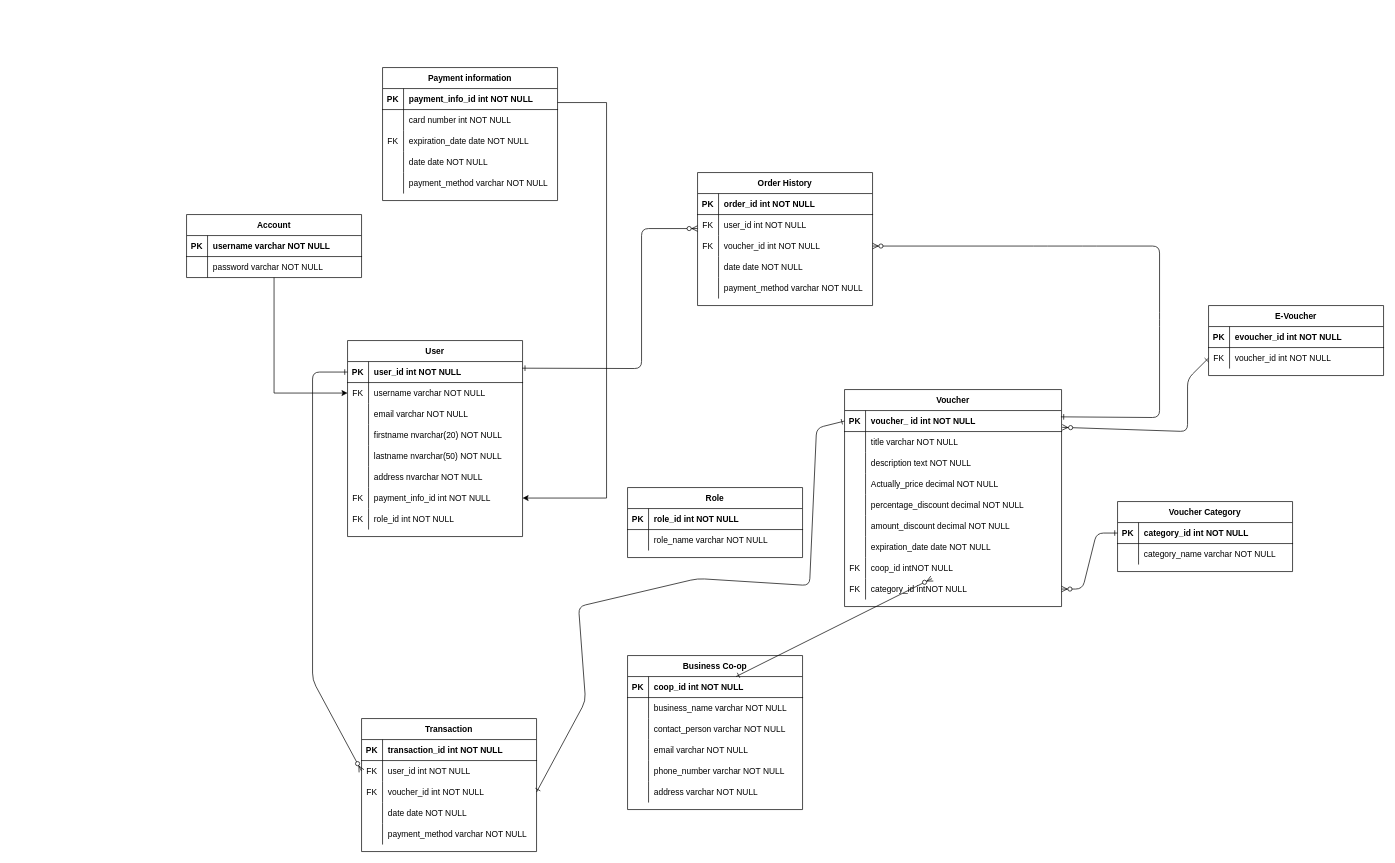
This is Biểu đồ không có tiêu đề.drawio from dredat999/SWP391_SP24_B3W_Hotdeals, a draw.io file, before an edit. Source tidied: cells renumbered, new cells numbered last; positions are measured from the earlier drawing's top-left corner, leaving out a move shared by most shapes. Both pictures are drawn from the tidied source at 70%, with x=0, y=0 at pixel (186, 67).
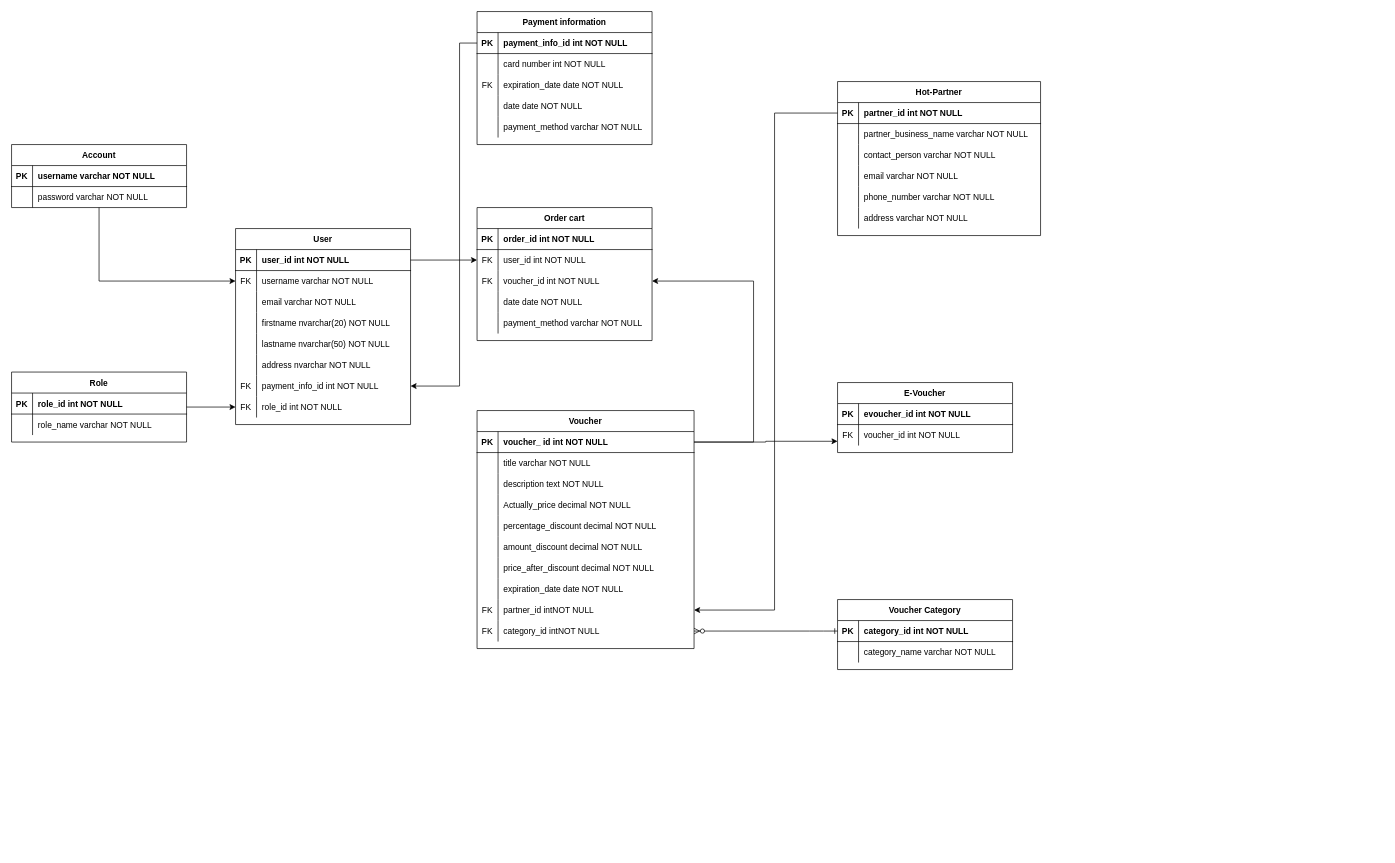
After the change.

The change refers to these unchanged cells:
```xml
<mxCell id="22" style="shape=partialRectangle;fillColor=none;points=[[0,0.5],[1,0.5]];portConstraint=eastwest;top=0;left=0;right=0;bottom=1;" parent="21" vertex="1">
  <mxGeometry y="30" width="310" height="30" as="geometry" />
</mxCell>
<mxCell id="83" style="shape=partialRectangle;fillColor=none;points=[[0,0.5],[1,0.5]];portConstraint=eastwest;top=0;left=0;right=0;bottom=0;" parent="79" vertex="1">
  <mxGeometry y="60" width="250" height="30" as="geometry" />
</mxCell>
<mxCell id="86" style="shape=partialRectangle;fillColor=none;points=[[0,0.5],[1,0.5]];portConstraint=eastwest;top=0;left=0;right=0;bottom=0;" parent="79" vertex="1">
  <mxGeometry y="90" width="250" height="30" as="geometry" />
</mxCell>
<mxCell id="99" style="shape=partialRectangle;fillColor=none;points=[[0,0.5],[1,0.5]];portConstraint=eastwest;top=0;left=0;right=0;bottom=0;" parent="95" vertex="1">
  <mxGeometry y="60" width="250" height="30" as="geometry" />
</mxCell>
<mxCell id="118" style="shape=partialRectangle;fillColor=none;points=[[0,0.5],[1,0.5]];portConstraint=eastwest;top=0;left=0;right=0;bottom=1;" parent="117" vertex="1">
  <mxGeometry y="30" width="250" height="30" as="geometry" />
</mxCell>
<mxCell id="136" style="shape=partialRectangle;fillColor=none;points=[[0,0.5],[1,0.5]];portConstraint=eastwest;top=0;left=0;right=0;bottom=0;" parent="117" vertex="1">
  <mxGeometry y="210" width="250" height="30" as="geometry" />
</mxCell>
<mxCell id="139" style="shape=partialRectangle;fillColor=none;points=[[0,0.5],[1,0.5]];portConstraint=eastwest;top=0;left=0;right=0;bottom=0;" parent="117" vertex="1">
  <mxGeometry y="240" width="250" height="30" as="geometry" />
</mxCell>
<mxCell id="144" style="shape=partialRectangle;fillColor=none;points=[[0,0.5],[1,0.5]];portConstraint=eastwest;top=0;left=0;right=0;bottom=1;" parent="143" vertex="1">
  <mxGeometry y="30" width="250" height="30" as="geometry" />
</mxCell>
```

Diff of the diagram source:
```diff
@@
-    <mxCell id="2" value="Business Co-op" style="shape=table;startSize=30;childLayout=tableLayout;rowLines=0;fontStyle=1;align=center;" parent="1" vertex="1">
-      <mxGeometry x="630" y="840" width="250" height="220" as="geometry" />
+    <mxCell id="2" value="Hot-Partner" style="shape=table;startSize=30;childLayout=tableLayout;rowLines=0;fontStyle=1;align=center;" parent="1" vertex="1">
+      <mxGeometry x="930" y="20" width="290" height="220" as="geometry" />
     </mxCell>
     <mxCell id="3" style="shape=partialRectangle;fillColor=none;points=[[0,0.5],[1,0.5]];portConstraint=eastwest;top=0;left=0;right=0;bottom=1;" parent="2" vertex="1">
-      <mxGeometry y="30" width="250" height="30" as="geometry" />
+      <mxGeometry y="30" width="290" height="30" as="geometry" />
     </mxCell>
@@
-    <mxCell id="5" value="coop_id int NOT NULL " style="shape=partialRectangle;overflow=hidden;fillColor=none;top=0;left=0;bottom=0;right=0;align=left;spacingLeft=6;fontStyle=1;" parent="3" vertex="1">
-      <mxGeometry x="30" width="220" height="30" as="geometry" />
+    <mxCell id="5" value="partner_id int NOT NULL " style="shape=partialRectangle;overflow=hidden;fillColor=none;top=0;left=0;bottom=0;right=0;align=left;spacingLeft=6;fontStyle=1;" parent="3" vertex="1">
+      <mxGeometry x="30" width="260" height="30" as="geometry" />
     </mxCell>
     <mxCell id="6" style="shape=partialRectangle;fillColor=none;top=0;left=0;right=0;bottom=0;" parent="2" vertex="1">
-      <mxGeometry y="60" width="250" height="30" as="geometry" />
+      <mxGeometry y="60" width="290" height="30" as="geometry" />
     </mxCell>
@@
-    <mxCell id="8" value="business_name varchar NOT NULL" style="shape=partialRectangle;overflow=hidden;fillColor=none;top=0;left=0;bottom=0;right=0;align=left;spacingLeft=6;" parent="6" vertex="1">
-      <mxGeometry x="30" width="220" height="30" as="geometry" />
+    <mxCell id="8" value="partner_business_name varchar NOT NULL" style="shape=partialRectangle;overflow=hidden;fillColor=none;top=0;left=0;bottom=0;right=0;align=left;spacingLeft=6;" parent="6" vertex="1">
+      <mxGeometry x="30" width="260" height="30" as="geometry" />
     </mxCell>
     <mxCell id="9" style="shape=partialRectangle;fillColor=none;top=0;left=0;right=0;bottom=0;" parent="2" vertex="1">
-      <mxGeometry y="90" width="250" height="30" as="geometry" />
+      <mxGeometry y="90" width="290" height="30" as="geometry" />
     </mxCell>
@@
     <mxCell id="11" value="contact_person varchar NOT NULL" style="shape=partialRectangle;overflow=hidden;fillColor=none;top=0;left=0;bottom=0;right=0;align=left;spacingLeft=6;" parent="9" vertex="1">
-      <mxGeometry x="30" width="220" height="30" as="geometry" />
+      <mxGeometry x="30" width="260" height="30" as="geometry" />
     </mxCell>
     <mxCell id="12" style="shape=partialRectangle;fillColor=none;top=0;left=0;right=0;bottom=0;" parent="2" vertex="1">
-      <mxGeometry y="120" width="250" height="30" as="geometry" />
+      <mxGeometry y="120" width="290" height="30" as="geometry" />
     </mxCell>
@@
     <mxCell id="14" value="email varchar NOT NULL" style="shape=partialRectangle;overflow=hidden;fillColor=none;top=0;left=0;bottom=0;right=0;align=left;spacingLeft=6;" parent="12" vertex="1">
-      <mxGeometry x="30" width="220" height="30" as="geometry" />
+      <mxGeometry x="30" width="260" height="30" as="geometry" />
     </mxCell>
     <mxCell id="15" style="shape=partialRectangle;fillColor=none;top=0;left=0;right=0;bottom=0;" parent="2" vertex="1">
-      <mxGeometry y="150" width="250" height="30" as="geometry" />
+      <mxGeometry y="150" width="290" height="30" as="geometry" />
     </mxCell>
@@
     <mxCell id="17" value="phone_number varchar NOT NULL" style="shape=partialRectangle;overflow=hidden;fillColor=none;top=0;left=0;bottom=0;right=0;align=left;spacingLeft=6;" parent="15" vertex="1">
-      <mxGeometry x="30" width="220" height="30" as="geometry" />
+      <mxGeometry x="30" width="260" height="30" as="geometry" />
     </mxCell>
     <mxCell id="18" style="shape=partialRectangle;fillColor=none;top=0;left=0;right=0;bottom=0;" parent="2" vertex="1">
-      <mxGeometry y="180" width="250" height="30" as="geometry" />
+      <mxGeometry y="180" width="290" height="30" as="geometry" />
     </mxCell>
@@
     <mxCell id="20" value="address varchar NOT NULL" style="shape=partialRectangle;overflow=hidden;fillColor=none;top=0;left=0;bottom=0;right=0;align=left;spacingLeft=6;" parent="18" vertex="1">
-      <mxGeometry x="30" width="220" height="30" as="geometry" />
+      <mxGeometry x="30" width="260" height="30" as="geometry" />
     </mxCell>
     <mxCell id="21" value="Voucher" style="shape=table;startSize=30;childLayout=tableLayout;rowLines=0;fontStyle=1;align=center;" parent="1" vertex="1">
-      <mxGeometry x="940" y="460" width="310" height="310" as="geometry" />
+      <mxGeometry x="415" y="490" width="310" height="340" as="geometry" />
     </mxCell>
@@
+    <mxCell id="159" style="shape=partialRectangle;fillColor=none;top=0;left=0;right=0;bottom=0;" parent="21" vertex="1">
+      <mxGeometry y="210" width="310" height="30" as="geometry" />
+    </mxCell>
+    <mxCell id="160" style="shape=partialRectangle;overflow=hidden;fillColor=none;top=0;left=0;bottom=0;right=0;" parent="159" vertex="1">
+      <mxGeometry width="30" height="30" as="geometry" />
+    </mxCell>
+    <mxCell id="161" value="price_after_discount decimal NOT NULL" style="shape=partialRectangle;overflow=hidden;fillColor=none;top=0;left=0;bottom=0;right=0;align=left;spacingLeft=6;" parent="159" vertex="1">
+      <mxGeometry x="30" width="280" height="30" as="geometry" />
+    </mxCell>
     <mxCell id="40" style="shape=partialRectangle;fillColor=none;top=0;left=0;right=0;bottom=0;" parent="21" vertex="1">
-      <mxGeometry y="210" width="310" height="30" as="geometry" />
+      <mxGeometry y="240" width="310" height="30" as="geometry" />
     </mxCell>
@@
     <mxCell id="43" style="shape=partialRectangle;fillColor=none;points=[[0,0.5],[1,0.5]];portConstraint=eastwest;top=0;left=0;right=0;bottom=0;" parent="21" vertex="1">
-      <mxGeometry y="240" width="310" height="30" as="geometry" />
+      <mxGeometry y="270" width="310" height="30" as="geometry" />
     </mxCell>
@@
-    <mxCell id="45" value="coop_id intNOT NULL" style="shape=partialRectangle;overflow=hidden;fillColor=none;top=0;left=0;bottom=0;right=0;align=left;spacingLeft=6;" parent="43" vertex="1">
+    <mxCell id="45" value="partner_id intNOT NULL" style="shape=partialRectangle;overflow=hidden;fillColor=none;top=0;left=0;bottom=0;right=0;align=left;spacingLeft=6;" parent="43" vertex="1">
       <mxGeometry x="30" width="280" height="30" as="geometry" />
     </mxCell>
     <mxCell id="46" style="shape=partialRectangle;fillColor=none;points=[[0,0.5],[1,0.5]];portConstraint=eastwest;top=0;left=0;right=0;bottom=0;" parent="21" vertex="1">
-      <mxGeometry y="270" width="310" height="30" as="geometry" />
+      <mxGeometry y="300" width="310" height="30" as="geometry" />
     </mxCell>
@@
+    <mxCell id="162" style="edgeStyle=orthogonalEdgeStyle;rounded=0;jettySize=auto;html=1;entryX=0;entryY=0.5;entryDx=0;entryDy=0;" parent="1" edge="1" source="49" target="139">
+      <mxGeometry relative="1" as="geometry" />
+    </mxCell>
     <mxCell id="49" value="Role" style="shape=table;startSize=30;childLayout=tableLayout;rowLines=0;fontStyle=1;align=center;" parent="1" vertex="1">
-      <mxGeometry x="630" y="600" width="250" height="100" as="geometry" />
+      <mxGeometry x="-250" y="435" width="250" height="100" as="geometry" />
     </mxCell>
@@
     <mxCell id="56" value="Voucher Category" style="shape=table;startSize=30;childLayout=tableLayout;rowLines=0;fontStyle=1;align=center;" parent="1" vertex="1">
-      <mxGeometry x="1330" y="620" width="250" height="100" as="geometry" />
+      <mxGeometry x="930" y="760" width="250" height="100" as="geometry" />
     </mxCell>
@@
-    <mxCell id="63" value="Transaction" style="shape=table;startSize=30;childLayout=tableLayout;rowLines=0;fontStyle=1;align=center;" parent="1" vertex="1">
-      <mxGeometry x="250" y="930" width="250" height="190" as="geometry" />
-    </mxCell>
-    <mxCell id="64" style="shape=partialRectangle;fillColor=none;top=0;left=0;right=0;bottom=1;" parent="63" vertex="1">
-      <mxGeometry y="30" width="250" height="30" as="geometry" />
-    </mxCell>
-    <mxCell id="65" value="PK" style="shape=partialRectangle;overflow=hidden;fillColor=none;top=0;left=0;bottom=0;right=0;fontStyle=1;" parent="64" vertex="1">
-      <mxGeometry width="30" height="30" as="geometry" />
-    </mxCell>
-    <mxCell id="66" value="transaction_id int NOT NULL " style="shape=partialRectangle;overflow=hidden;fillColor=none;top=0;left=0;bottom=0;right=0;align=left;spacingLeft=6;fontStyle=1;" parent="64" vertex="1">
-      <mxGeometry x="30" width="220" height="30" as="geometry" />
-    </mxCell>
-    <mxCell id="67" style="shape=partialRectangle;fillColor=none;points=[[0,0.5],[1,0.5]];portConstraint=eastwest;top=0;left=0;right=0;bottom=0;" parent="63" vertex="1">
-      <mxGeometry y="60" width="250" height="30" as="geometry" />
-    </mxCell>
-    <mxCell id="68" value="FK" style="shape=partialRectangle;overflow=hidden;fillColor=none;top=0;left=0;bottom=0;right=0;" parent="67" vertex="1">
-      <mxGeometry width="30" height="30" as="geometry" />
-    </mxCell>
-    <mxCell id="69" value="user_id int NOT NULL" style="shape=partialRectangle;overflow=hidden;fillColor=none;top=0;left=0;bottom=0;right=0;align=left;spacingLeft=6;" parent="67" vertex="1">
-      <mxGeometry x="30" width="220" height="30" as="geometry" />
-    </mxCell>
-    <mxCell id="70" style="shape=partialRectangle;fillColor=none;points=[[0,0.5],[1,0.5]];portConstraint=eastwest;top=0;left=0;right=0;bottom=0;" parent="63" vertex="1">
-      <mxGeometry y="90" width="250" height="30" as="geometry" />
-    </mxCell>
-    <mxCell id="71" value="FK" style="shape=partialRectangle;overflow=hidden;fillColor=none;top=0;left=0;bottom=0;right=0;" parent="70" vertex="1">
-      <mxGeometry width="30" height="30" as="geometry" />
-    </mxCell>
-    <mxCell id="72" value="voucher_id int NOT NULL" style="shape=partialRectangle;overflow=hidden;fillColor=none;top=0;left=0;bottom=0;right=0;align=left;spacingLeft=6;" parent="70" vertex="1">
-      <mxGeometry x="30" width="220" height="30" as="geometry" />
-    </mxCell>
-    <mxCell id="73" style="shape=partialRectangle;fillColor=none;top=0;left=0;right=0;bottom=0;" parent="63" vertex="1">
-      <mxGeometry y="120" width="250" height="30" as="geometry" />
-    </mxCell>
-    <mxCell id="74" style="shape=partialRectangle;overflow=hidden;fillColor=none;top=0;left=0;bottom=0;right=0;" parent="73" vertex="1">
-      <mxGeometry width="30" height="30" as="geometry" />
-    </mxCell>
-    <mxCell id="75" value="date date NOT NULL" style="shape=partialRectangle;overflow=hidden;fillColor=none;top=0;left=0;bottom=0;right=0;align=left;spacingLeft=6;" parent="73" vertex="1">
-      <mxGeometry x="30" width="220" height="30" as="geometry" />
-    </mxCell>
-    <mxCell id="76" style="shape=partialRectangle;fillColor=none;top=0;left=0;right=0;bottom=0;" parent="63" vertex="1">
-      <mxGeometry y="150" width="250" height="30" as="geometry" />
-    </mxCell>
-    <mxCell id="77" style="shape=partialRectangle;overflow=hidden;fillColor=none;top=0;left=0;bottom=0;right=0;" parent="76" vertex="1">
-      <mxGeometry width="30" height="30" as="geometry" />
-    </mxCell>
-    <mxCell id="78" value="payment_method varchar NOT NULL" style="shape=partialRectangle;overflow=hidden;fillColor=none;top=0;left=0;bottom=0;right=0;align=left;spacingLeft=6;" parent="76" vertex="1">
-      <mxGeometry x="30" width="220" height="30" as="geometry" />
-    </mxCell>
-    <mxCell id="79" value="Order History" style="shape=table;startSize=30;childLayout=tableLayout;rowLines=0;fontStyle=1;align=center;" parent="1" vertex="1">
-      <mxGeometry x="730" y="150" width="250" height="190" as="geometry" />
+    <mxCell id="79" value="Order cart" style="shape=table;startSize=30;childLayout=tableLayout;rowLines=0;fontStyle=1;align=center;" parent="1" vertex="1">
+      <mxGeometry x="415" y="200" width="250" height="190" as="geometry" />
     </mxCell>
@@
     <mxCell id="95" value="E-Voucher" style="shape=table;startSize=30;childLayout=tableLayout;rowLines=0;fontStyle=1;align=center;" parent="1" vertex="1">
-      <mxGeometry x="1460" y="340" width="250" height="100" as="geometry" />
+      <mxGeometry x="930" y="450" width="250" height="100" as="geometry" />
     </mxCell>
@@
-    <mxCell id="103" style="endArrow=ERzeroToMany;startArrow=ERone;endFill=1;startFill=0;elbow=vertical;entryX=0;entryY=0.5;entryDx=0;entryDy=0;" parent="1" edge="1" source="118" target="67">
-      <mxGeometry relative="1" as="geometry">
-        <Array as="points">
-          <mxPoint x="180" y="435" />
-          <mxPoint x="180" y="875" />
-        </Array>
-      </mxGeometry>
-    </mxCell>
-    <mxCell id="104" style="endArrow=ERzeroToMany;startArrow=ERone;endFill=1;startFill=0;entryX=1.003;entryY=0.8;entryDx=0;entryDy=0;entryPerimeter=0;exitX=0;exitY=0.5;exitDx=0;exitDy=0;" parent="1" edge="1" source="99" target="22">
-      <mxGeometry relative="1" as="geometry">
-        <Array as="points">
-          <mxPoint x="1430" y="445" />
-          <mxPoint x="1430" y="520" />
-        </Array>
-      </mxGeometry>
-    </mxCell>
-    <mxCell id="105" style="endArrow=ERzeroToMany;startArrow=ERone;endFill=1;startFill=0;" parent="1" edge="1" source="3" target="43">
-      <mxGeometry relative="1" as="geometry" />
-    </mxCell>
-    <mxCell id="106" style="endArrow=ERone;startArrow=ERone;endFill=0;startFill=0;exitX=1;exitY=0.5;exitDx=0;exitDy=0;entryX=0;entryY=0.5;entryDx=0;entryDy=0;" parent="1" edge="1" source="70" target="22">
-      <mxGeometry relative="1" as="geometry">
-        <Array as="points">
-          <mxPoint x="570" y="905" />
-          <mxPoint x="560" y="770" />
-          <mxPoint x="730" y="730" />
-          <mxPoint x="890" y="740" />
-          <mxPoint x="900" y="515" />
-        </Array>
-      </mxGeometry>
-    </mxCell>
-    <mxCell id="107" style="endArrow=ERzeroToMany;startArrow=ERone;endFill=1;startFill=0;exitX=0.998;exitY=0.316;exitDx=0;exitDy=0;exitPerimeter=0;" parent="1" edge="1" source="118">
-      <mxGeometry relative="1" as="geometry">
-        <mxPoint x="730" y="230" as="targetPoint" />
-        <Array as="points">
-          <mxPoint x="650" y="430" />
-          <mxPoint x="650" y="230" />
-        </Array>
-      </mxGeometry>
-    </mxCell>
-    <mxCell id="108" style="endArrow=ERzeroToMany;startArrow=ERone;endFill=1;startFill=0;entryX=1;entryY=0.5;entryDx=0;entryDy=0;exitX=0.997;exitY=0.3;exitDx=0;exitDy=0;exitPerimeter=0;" parent="1" edge="1" source="22" target="86">
-      <mxGeometry relative="1" as="geometry">
-        <Array as="points">
-          <mxPoint x="1390" y="500" />
-          <mxPoint x="1390" y="360" />
-          <mxPoint x="1390" y="255" />
-          <mxPoint x="1290" y="255" />
-          <mxPoint x="1220" y="255" />
-        </Array>
-      </mxGeometry>
-    </mxCell>
@@
     <mxCell id="110" value="Account" style="shape=table;startSize=30;childLayout=tableLayout;rowLines=0;fontStyle=1;align=center;" parent="1" vertex="1">
-      <mxGeometry y="210" width="250" height="90" as="geometry" />
+      <mxGeometry x="-250" y="110" width="250" height="90" as="geometry" />
     </mxCell>
@@
     <mxCell id="117" value="User" style="shape=table;startSize=30;childLayout=tableLayout;rowLines=0;fontStyle=1;align=center;" parent="1" vertex="1">
-      <mxGeometry x="230" y="390" width="250" height="280" as="geometry" />
+      <mxGeometry x="70" y="230" width="250" height="280" as="geometry" />
     </mxCell>
@@
-    <mxCell id="142" style="edgeStyle=orthogonalEdgeStyle;rounded=0;jettySize=auto;html=1;" parent="1" edge="1" source="143" target="136">
-      <mxGeometry relative="1" as="geometry">
-        <Array as="points">
-          <mxPoint x="600" y="50" />
-          <mxPoint x="600" y="615" />
-        </Array>
-      </mxGeometry>
-    </mxCell>
     <mxCell id="143" value="Payment information" style="shape=table;startSize=30;childLayout=tableLayout;rowLines=0;fontStyle=1;align=center;" parent="1" vertex="1">
-      <mxGeometry x="280" width="250" height="190" as="geometry" />
+      <mxGeometry x="415" y="-80" width="250" height="190" as="geometry" />
     </mxCell>
@@
+    <mxCell id="163" style="edgeStyle=orthogonalEdgeStyle;rounded=0;jettySize=auto;html=1;entryX=1;entryY=0.5;entryDx=0;entryDy=0;" parent="1" edge="1" source="144" target="136">
+      <mxGeometry relative="1" as="geometry">
+        <Array as="points">
+          <mxPoint x="390" y="-35" />
+          <mxPoint x="390" y="455" />
+        </Array>
+      </mxGeometry>
+    </mxCell>
+    <mxCell id="164" style="edgeStyle=orthogonalEdgeStyle;rounded=0;jettySize=auto;html=1;entryX=0;entryY=0.5;entryDx=0;entryDy=0;" parent="1" edge="1" source="118" target="83">
+      <mxGeometry relative="1" as="geometry" />
+    </mxCell>
+    <mxCell id="108" style="edgeStyle=orthogonalEdgeStyle;rounded=0;jettySize=auto;html=1;entryX=1;entryY=0.5;entryDx=0;entryDy=0;" parent="1" edge="1" source="22" target="86">
+      <mxGeometry relative="1" as="geometry">
+        <Array as="points">
+          <mxPoint x="810" y="535" />
+          <mxPoint x="810" y="305" />
+        </Array>
+      </mxGeometry>
+    </mxCell>
+    <mxCell id="105" style="edgeStyle=orthogonalEdgeStyle;rounded=0;jettySize=auto;html=1;entryX=1;entryY=0.5;entryDx=0;entryDy=0;" parent="1" edge="1" source="3" target="43">
+      <mxGeometry relative="1" as="geometry">
+        <Array as="points">
+          <mxPoint x="840" y="65" />
+          <mxPoint x="840" y="775" />
+        </Array>
+      </mxGeometry>
+    </mxCell>
+    <mxCell id="165" style="edgeStyle=orthogonalEdgeStyle;rounded=0;jettySize=auto;html=1;entryX=0;entryY=0.797;entryDx=0;entryDy=0;entryPerimeter=0;" parent="1" edge="1" source="22" target="99">
+      <mxGeometry relative="1" as="geometry" />
+    </mxCell>
```
